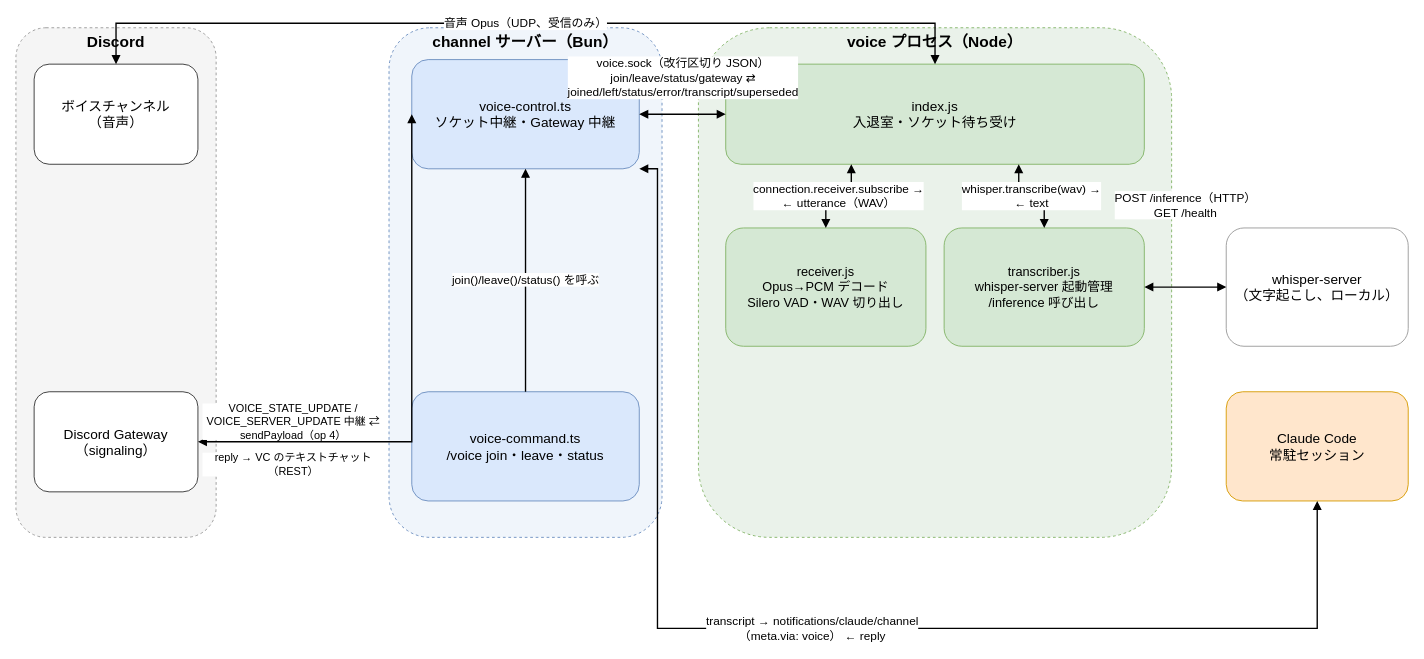
Earlier version of the draw.io diagram docs/diagrams/voice-architecture.drawio (umitsu-tech/claude-code-discord-bot). Source tidied: cells renumbered, new cells numbered last; positions are measured from the earlier drawing's top-left corner, leaving out a move shared by most shapes. Both pictures are drawn from the tidied source at 91%, with x=0, y=0 at pixel (15, 23).
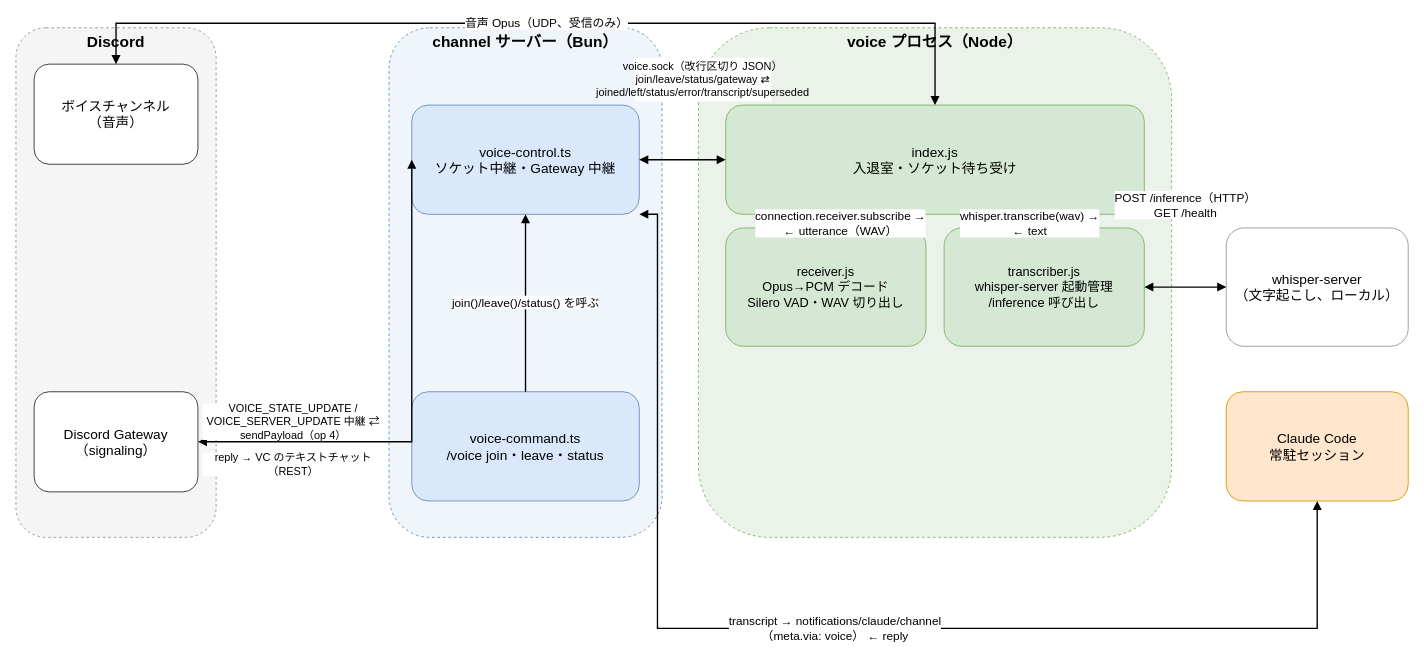
After the change.

Commit message (it also covers changes not shown here):
voice.sockの線とラベルの被りを最終調整

The change refers to these unchanged cells:
```xml
<mxCell id="13" value="Claude Code&lt;br&gt;常駐セッション" style="rounded=1;whiteSpace=wrap;html=1;fillColor=#FFE6CC;strokeColor=#D79B00;fontSize=15;" parent="1" vertex="1">
  <mxGeometry x="1330" y="405" width="200" height="120" as="geometry" />
</mxCell>
```

The edit, as a diff of the source:
```diff
@@
     <mxCell id="6" value="voice-control.ts&lt;br&gt;ソケット中継・Gateway 中継" style="rounded=1;whiteSpace=wrap;html=1;fillColor=#DAE8FC;strokeColor=#6C8EBF;fontSize=15;" parent="1" vertex="1">
-      <mxGeometry x="435" y="40" width="250" height="120" as="geometry" />
+      <mxGeometry x="435" y="90" width="250" height="120" as="geometry" />
     </mxCell>
@@
     <mxCell id="9" value="index.js&lt;br&gt;入退室・ソケット待ち受け" style="rounded=1;whiteSpace=wrap;html=1;fillColor=#D5E8D4;strokeColor=#82B366;fontSize=15;" parent="1" vertex="1">
-      <mxGeometry x="780" y="45" width="460" height="110" as="geometry" />
+      <mxGeometry x="780" y="90" width="460" height="120" as="geometry" />
     </mxCell>
@@
-    <mxCell id="18" value="voice.sock（改行区切り JSON）&lt;br&gt;join/leave/status/gateway ⇄&lt;br&gt;joined/left/status/error/transcript/superseded" style="edgeStyle=orthogonalEdgeStyle;rounded=0;html=1;fontSize=13;endArrow=block;endFill=1;strokeWidth=1.5;startArrow=block;startFill=1;exitX=1;exitY=0.5;entryX=0;entryY=0.5;labelBackgroundColor=#ffffff;" parent="1" edge="1" source="6" target="9">
-      <mxGeometry relative="1" as="geometry">
-        <mxPoint y="-40" as="offset" />
-      </mxGeometry>
+    <mxCell id="18" style="edgeStyle=orthogonalEdgeStyle;rounded=0;html=1;fontSize=13;endArrow=block;endFill=1;strokeWidth=1.5;startArrow=block;startFill=1;exitX=1;exitY=0.5;entryX=0;entryY=0.5;labelBackgroundColor=#ffffff;" parent="1" edge="1" source="6" target="9">
+      <mxGeometry relative="1" as="geometry" />
     </mxCell>
+    <mxCell id="24" value="voice.sock（改行区切り JSON）&lt;br&gt;join/leave/status/gateway ⇄&lt;br&gt;joined/left/status/error/transcript/superseded" style="rounded=0;whiteSpace=wrap;html=1;fillColor=#ffffff;strokeColor=none;fontSize=12;align=center;verticalAlign=middle;" parent="1" vertex="1">
+      <mxGeometry x="680" y="38" width="150" height="48" as="geometry" />
+    </mxCell>
@@
     <mxCell id="23" value="transcript → notifications/claude/channel&lt;br&gt;（meta.via: voice） ← reply" style="edgeStyle=orthogonalEdgeStyle;rounded=0;html=1;fontSize=13;endArrow=block;endFill=1;strokeWidth=1.5;startArrow=block;startFill=1;exitX=1;exitY=1;entryX=0.5;entryY=1;labelBackgroundColor=#ffffff;" parent="1" edge="1" source="6" target="13">
       <mxGeometry relative="1" as="geometry">
         <Array as="points">
-          <mxPoint x="705" y="160" />
+          <mxPoint x="705" y="210" />
           <mxPoint x="705" y="665" />
           <mxPoint x="1430" y="665" />
         </Array>
       </mxGeometry>
     </mxCell>
```
